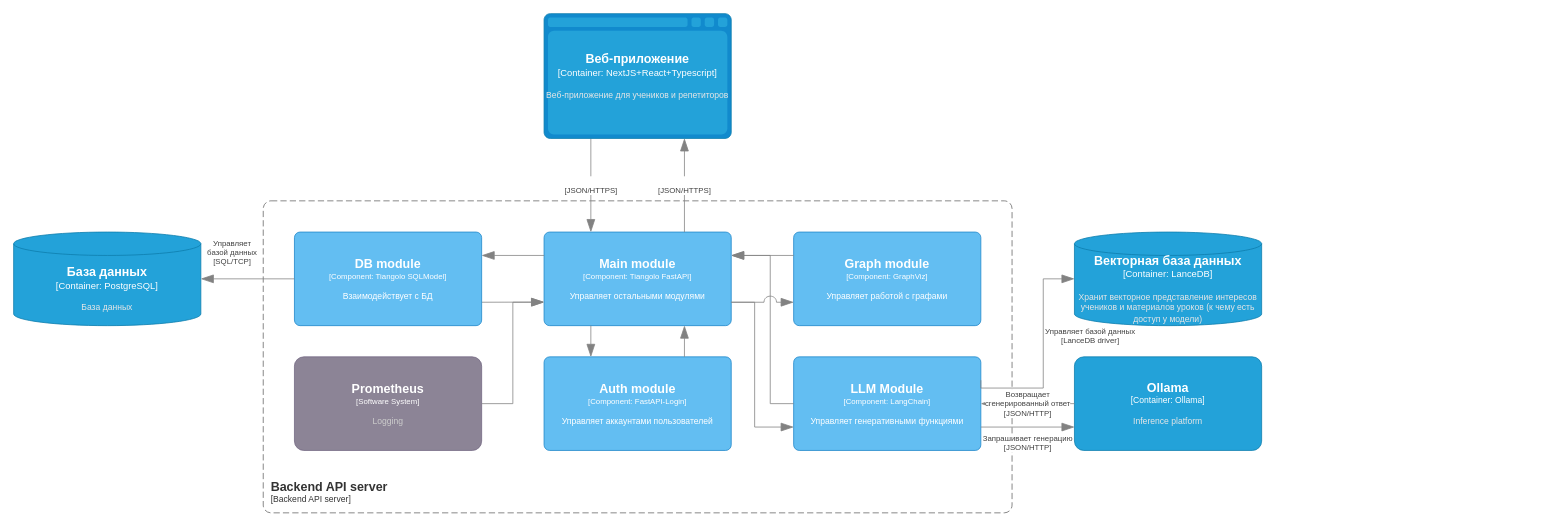
This is page "Component" (3 of 3) of docs/assets/c4-diagram.drawio from vstu-sii/bachelor-2025-team-make-it-simple, a draw.io file, before an edit. Source tidied: cells renumbered, new cells numbered last; positions are measured from the earlier drawing's top-left corner, leaving out a move shared by most shapes. Both pictures are drawn from the tidied source at 78%, with x=0, y=0 at pixel (13, 13).
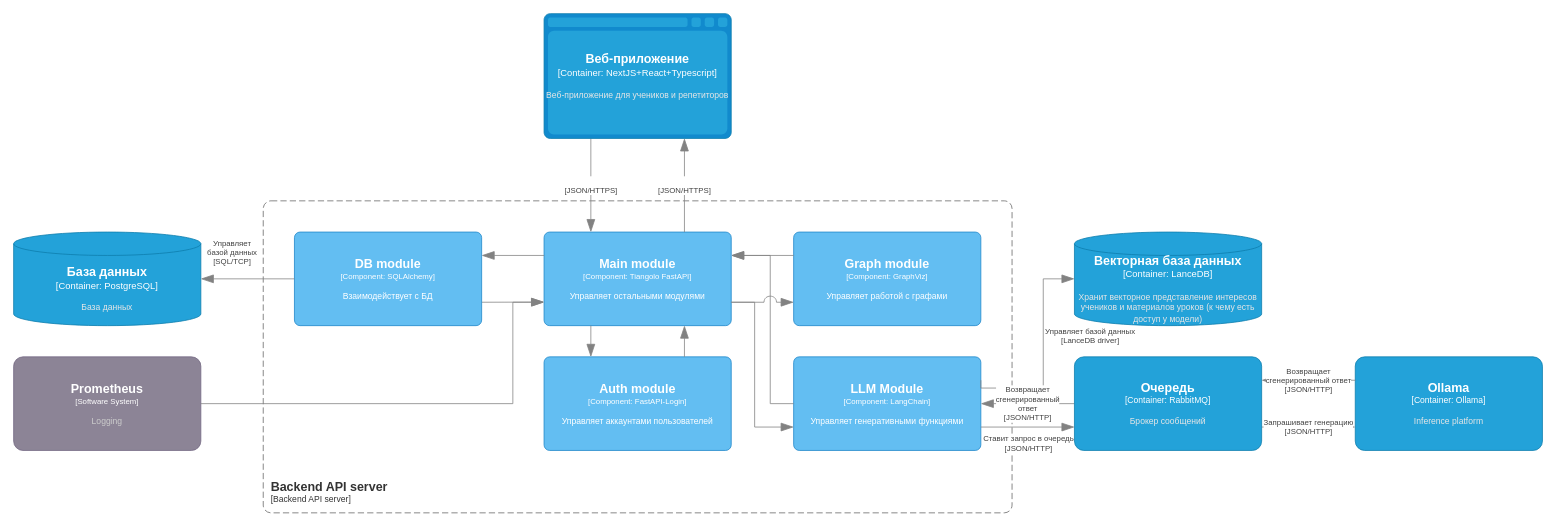
The same diagram, later.

Unchanged cells that the change refers to:
```xml
<object id="7" label="&lt;font style=&quot;font-size: 16px&quot;&gt;&lt;b&gt;%c4Name%&lt;/b&gt;&lt;/font&gt;&lt;div&gt;[%c4Type%: %c4Technology%]&lt;/div&gt;&lt;br&gt;&lt;div&gt;&lt;font style=&quot;font-size: 11px&quot;&gt;%c4Description%&lt;/font&gt;&lt;/div&gt;" c4Description="Управляет генеративными функциями" c4Name="LLM Module" c4Technology="LangChain" c4Type="Component" placeholders="1">
  <mxCell style="rounded=1;whiteSpace=wrap;html=1;labelBackgroundColor=none;fillColor=#63BEF2;fontColor=#ffffff;align=center;arcSize=6;strokeColor=#2086C9;points=[[0.25,0,0],[0.5,0,0],[0.75,0,0],[1,0.25,0],[1,0.5,0],[1,0.75,0],[0.75,1,0],[0.5,1,0],[0.25,1,0],[0,0.75,0],[0,0.5,0],[0,0.25,0]];fontFamily=Helvetica;fontSize=10;" parent="1" vertex="1">
    <mxGeometry x="1000" y="440" width="240" height="120" as="geometry" />
  </mxCell>
</object>
```

Change to the diagram source:
```diff
@@
     <object id="3" label="&lt;font style=&quot;font-size: 16px&quot;&gt;&lt;b&gt;%c4Name%&lt;/b&gt;&lt;/font&gt;&lt;div&gt;[%c4Type%]&lt;/div&gt;&lt;br&gt;&lt;div&gt;&lt;font style=&quot;font-size: 11px&quot;&gt;&lt;font color=&quot;#cccccc&quot;&gt;%c4Description%&lt;/font&gt;&lt;/div&gt;" c4Description="Logging" c4Name="Prometheus" c4Type="Software System" placeholders="1">
       <mxCell style="rounded=1;whiteSpace=wrap;html=1;labelBackgroundColor=none;fillColor=#8C8496;fontColor=#ffffff;align=center;arcSize=10;strokeColor=#736782;points=[[0.25,0,0],[0.5,0,0],[0.75,0,0],[1,0.25,0],[1,0.5,0],[1,0.75,0],[0.75,1,0],[0.5,1,0],[0.25,1,0],[0,0.75,0],[0,0.5,0],[0,0.25,0]];fontFamily=Helvetica;fontSize=10;" parent="1" vertex="1">
-        <mxGeometry x="360" y="440" width="240" height="120" as="geometry" />
+        <mxGeometry y="440" width="240" height="120" as="geometry" />
       </mxCell>
     </object>
@@
     <object id="6" label="&lt;font style=&quot;font-size: 16px&quot;&gt;&lt;b&gt;%c4Name%&lt;/b&gt;&lt;/font&gt;&lt;div&gt;[%c4Type%: %c4Technology%]&lt;/div&gt;&lt;br&gt;&lt;div&gt;&lt;font style=&quot;font-size: 11px&quot;&gt;&lt;font color=&quot;#E6E6E6&quot;&gt;%c4Description%&lt;/font&gt;&lt;/div&gt;" c4Description="Inference platform" c4Name="Ollama" c4Technology="Ollama" c4Type="Container" placeholders="1">
       <mxCell style="rounded=1;whiteSpace=wrap;html=1;fontSize=11;labelBackgroundColor=none;fillColor=#23A2D9;fontColor=#ffffff;align=center;arcSize=10;strokeColor=#0E7DAD;points=[[0.25,0,0],[0.5,0,0],[0.75,0,0],[1,0.25,0],[1,0.5,0],[1,0.75,0],[0.75,1,0],[0.5,1,0],[0.25,1,0],[0,0.75,0],[0,0.5,0],[0,0.25,0]];fontFamily=Helvetica;" parent="1" vertex="1">
-        <mxGeometry x="1360" y="440" width="240" height="120" as="geometry" />
+        <mxGeometry x="1720" y="440" width="240" height="120" as="geometry" />
       </mxCell>
     </object>
@@
-    <object id="21" label="&lt;font style=&quot;font-size: 16px&quot;&gt;&lt;b&gt;%c4Name%&lt;/b&gt;&lt;/font&gt;&lt;div&gt;[%c4Type%: %c4Technology%]&lt;/div&gt;&lt;br&gt;&lt;div&gt;&lt;font style=&quot;font-size: 11px&quot;&gt;%c4Description%&lt;/font&gt;&lt;/div&gt;" c4Description="Взаимодействует с БД" c4Name="DB module" c4Technology="Tiangolo SQLModel" c4Type="Component" placeholders="1">
+    <object id="21" label="&lt;font style=&quot;font-size: 16px&quot;&gt;&lt;b&gt;%c4Name%&lt;/b&gt;&lt;/font&gt;&lt;div&gt;[%c4Type%: %c4Technology%]&lt;/div&gt;&lt;br&gt;&lt;div&gt;&lt;font style=&quot;font-size: 11px&quot;&gt;%c4Description%&lt;/font&gt;&lt;/div&gt;" c4Description="Взаимодействует с БД" c4Name="DB module" c4Technology="SQLAlchemy" c4Type="Component" placeholders="1">
       <mxCell style="rounded=1;whiteSpace=wrap;html=1;labelBackgroundColor=none;fillColor=#63BEF2;fontColor=#ffffff;align=center;arcSize=6;strokeColor=#2086C9;points=[[0.25,0,0],[0.5,0,0],[0.75,0,0],[1,0.25,0],[1,0.5,0],[1,0.75,0],[0.75,1,0],[0.5,1,0],[0.25,1,0],[0,0.75,0],[0,0.5,0],[0,0.25,0]];fontFamily=Helvetica;fontSize=10;" parent="1" vertex="1">
         <mxGeometry x="360" y="280" width="240" height="120" as="geometry" />
       </mxCell>
     </object>
@@
-    <mxCell id="26" value="Запрашивает генерацию&lt;br&gt;[JSON/HTTP]" style="edgeStyle=orthogonalEdgeStyle;shape=connector;rounded=0;jumpStyle=arc;jumpSize=16;jettySize=auto;html=1;entryX=0;entryY=0.75;entryDx=0;entryDy=0;entryPerimeter=0;strokeColor=#828282;strokeWidth=1;align=center;verticalAlign=middle;fontFamily=Helvetica;fontSize=10;fontColor=#404040;labelBackgroundColor=default;elbow=vertical;startSize=14;endArrow=blockThin;endFill=1;endSize=14;exitX=1;exitY=0.75;exitDx=0;exitDy=0;exitPerimeter=0;" parent="1" edge="1" source="7" target="6">
-      <mxGeometry y="-20" relative="1" as="geometry" />
+    <mxCell id="26" value="Запрашивает генерацию&lt;br&gt;[JSON/HTTP]" style="edgeStyle=orthogonalEdgeStyle;shape=connector;rounded=0;jumpStyle=arc;jumpSize=16;jettySize=auto;html=1;entryX=0;entryY=0.75;entryDx=0;entryDy=0;entryPerimeter=0;strokeColor=#828282;strokeWidth=1;align=center;verticalAlign=middle;fontFamily=Helvetica;fontSize=10;fontColor=#404040;labelBackgroundColor=default;elbow=vertical;startSize=14;endArrow=blockThin;endFill=1;endSize=14;exitX=1;exitY=0.75;exitDx=0;exitDy=0;exitPerimeter=0;" parent="1" edge="1" source="31" target="6">
+      <mxGeometry relative="1" as="geometry" />
     </mxCell>
-    <mxCell id="27" value="&lt;div&gt;Возвращает&lt;/div&gt;&lt;div&gt;сгенерированный ответ&lt;/div&gt;[JSON/HTTP]" style="edgeStyle=orthogonalEdgeStyle;shape=connector;rounded=0;jumpStyle=arc;jumpSize=16;jettySize=auto;html=1;exitX=0;exitY=0.5;exitDx=0;exitDy=0;exitPerimeter=0;entryX=1;entryY=0.5;entryDx=0;entryDy=0;entryPerimeter=0;strokeColor=#828282;strokeWidth=1;align=center;verticalAlign=middle;fontFamily=Helvetica;fontSize=10;fontColor=#404040;labelBackgroundColor=default;elbow=vertical;startSize=14;endArrow=blockThin;endFill=1;endSize=14;" parent="1" edge="1" source="6" target="7">
+    <mxCell id="27" value="&lt;div&gt;Возвращает&lt;/div&gt;&lt;div&gt;сгенерированный ответ&lt;/div&gt;[JSON/HTTP]" style="edgeStyle=orthogonalEdgeStyle;shape=connector;rounded=0;jumpStyle=arc;jumpSize=16;jettySize=auto;html=1;exitX=0;exitY=0.25;exitDx=0;exitDy=0;exitPerimeter=0;entryX=1;entryY=0.25;entryDx=0;entryDy=0;entryPerimeter=0;strokeColor=#828282;strokeWidth=1;align=center;verticalAlign=middle;fontFamily=Helvetica;fontSize=10;fontColor=#404040;labelBackgroundColor=default;elbow=vertical;startSize=14;endArrow=blockThin;endFill=1;endSize=14;" parent="1" edge="1" source="6" target="31">
       <mxGeometry relative="1" as="geometry" />
     </mxCell>
+    <mxCell id="28" style="edgeStyle=orthogonalEdgeStyle;shape=connector;rounded=0;jumpStyle=arc;jumpSize=16;jettySize=auto;html=1;exitX=1;exitY=0.75;exitDx=0;exitDy=0;exitPerimeter=0;entryX=0;entryY=0.75;entryDx=0;entryDy=0;entryPerimeter=0;strokeColor=#828282;strokeWidth=1;align=center;verticalAlign=middle;fontFamily=Helvetica;fontSize=10;fontColor=#404040;labelBackgroundColor=default;elbow=vertical;startSize=14;endArrow=blockThin;endFill=1;endSize=14;" parent="1" edge="1" source="7" target="31">
+      <mxGeometry relative="1" as="geometry" />
+    </mxCell>
+    <mxCell id="29" value="&lt;div&gt;Ставит запрос в очередь&lt;/div&gt;&lt;div&gt;[JSON/HTTP]&lt;/div&gt;" style="edgeLabel;html=1;align=center;verticalAlign=middle;fontFamily=Helvetica;fontSize=10;fontColor=#404040;labelBackgroundColor=default;" parent="28" vertex="1">
+      <mxGeometry x="-0.19" y="3" relative="1" as="geometry">
+        <mxPoint x="11" y="23" as="offset" />
+      </mxGeometry>
+    </mxCell>
+    <mxCell id="30" value="Возвращает&lt;br&gt;сгенерированный&lt;br&gt;ответ&lt;br&gt;[JSON/HTTP]" style="edgeStyle=orthogonalEdgeStyle;shape=connector;rounded=0;jumpStyle=arc;jumpSize=16;jettySize=auto;html=1;exitX=0;exitY=0.5;exitDx=0;exitDy=0;exitPerimeter=0;entryX=1;entryY=0.5;entryDx=0;entryDy=0;entryPerimeter=0;strokeColor=#828282;strokeWidth=1;align=center;verticalAlign=middle;fontFamily=Helvetica;fontSize=10;fontColor=#404040;labelBackgroundColor=default;elbow=vertical;startSize=14;endArrow=blockThin;endFill=1;endSize=14;" parent="1" edge="1" source="31" target="7">
+      <mxGeometry relative="1" as="geometry" />
+    </mxCell>
+    <object id="31" label="&lt;font style=&quot;font-size: 16px&quot;&gt;&lt;b&gt;%c4Name%&lt;/b&gt;&lt;/font&gt;&lt;div&gt;[%c4Type%: %c4Technology%]&lt;/div&gt;&lt;br&gt;&lt;div&gt;&lt;font style=&quot;font-size: 11px&quot;&gt;&lt;font color=&quot;#E6E6E6&quot;&gt;%c4Description%&lt;/font&gt;&lt;/div&gt;" c4Description="Брокер сообщений" c4Name="Очередь" c4Technology="RabbitMQ" c4Type="Container" placeholders="1">
+      <mxCell style="rounded=1;whiteSpace=wrap;html=1;fontSize=11;labelBackgroundColor=none;fillColor=#23A2D9;fontColor=#ffffff;align=center;arcSize=10;strokeColor=#0E7DAD;points=[[0.25,0,0],[0.5,0,0],[0.75,0,0],[1,0.25,0],[1,0.5,0],[1,0.75,0],[0.75,1,0],[0.5,1,0],[0.25,1,0],[0,0.75,0],[0,0.5,0],[0,0.25,0]];fontFamily=Helvetica;" parent="1" vertex="1">
+        <mxGeometry x="1360" y="440" width="240" height="120" as="geometry" />
+      </mxCell>
+    </object>
```
